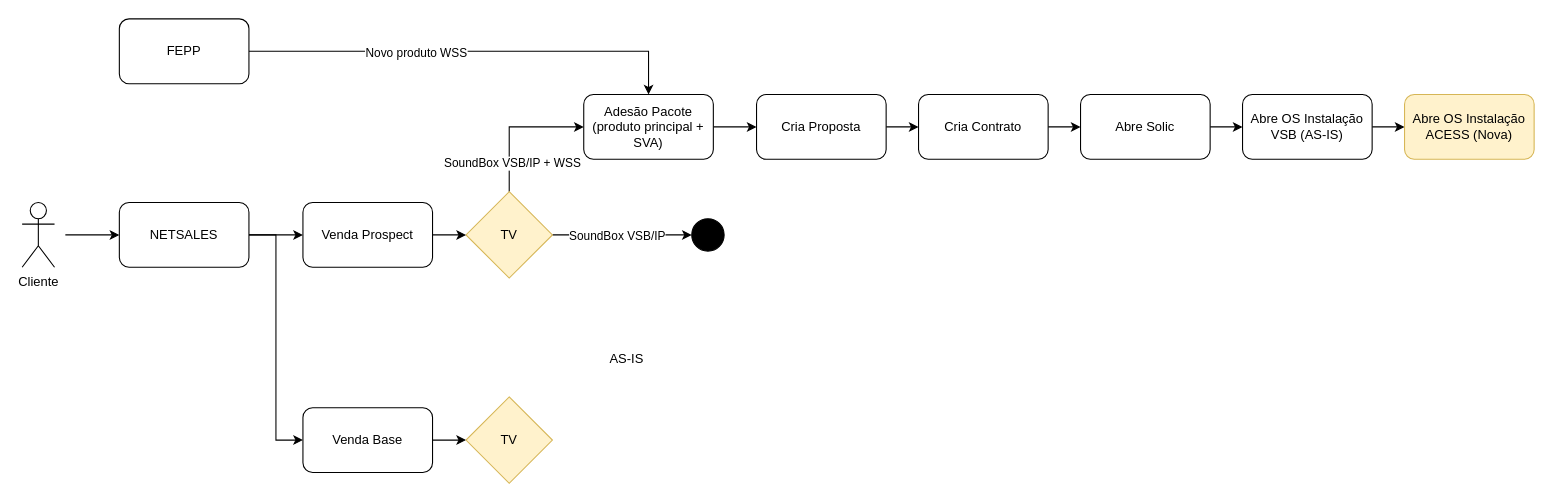
Earlier version of the draw.io diagram page "v3" (3 of 3) of 123096 Cadastro Alto-falante Surround nos sistemas.drawio (samirali/ClaroBrasil). Source tidied: cells renumbered, new cells numbered last; positions are measured from the earlier drawing's top-left corner, leaving out a move shared by most shapes. Both pictures are drawn from the tidied source at 108%, with x=0, y=0 at pixel (22, 18).
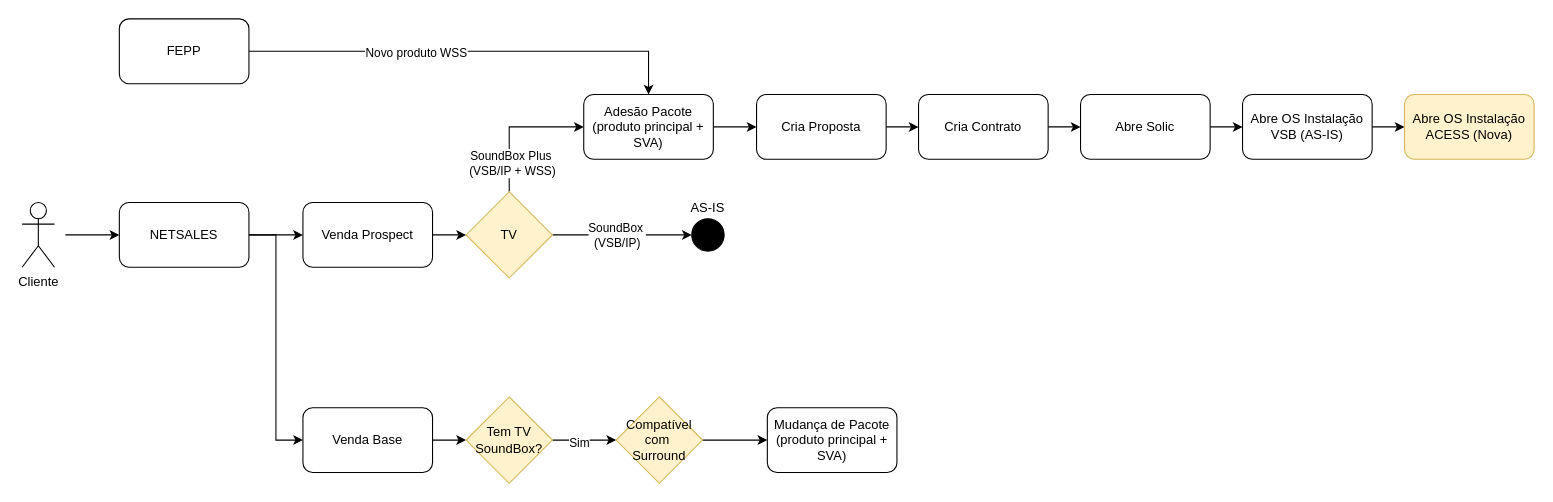
Above is the later version.

The change refers to these unchanged cells:
```xml
<mxCell id="8" style="edgeStyle=orthogonalEdgeStyle;rounded=0;jettySize=auto;html=1;entryX=0;entryY=0.5;entryDx=0;entryDy=0;exitX=1;exitY=0.5;exitDx=0;exitDy=0;" parent="1" edge="1" source="12" target="13">
  <mxGeometry relative="1" as="geometry">
    <Array as="points">
      <mxPoint x="590" y="200" />
      <mxPoint x="590" y="200" />
    </Array>
  </mxGeometry>
</mxCell>
<mxCell id="10" style="edgeStyle=orthogonalEdgeStyle;rounded=0;jettySize=auto;html=1;entryX=0;entryY=0.5;entryDx=0;entryDy=0;exitX=0.5;exitY=0;exitDx=0;exitDy=0;" parent="1" edge="1" source="12" target="16">
  <mxGeometry relative="1" as="geometry" />
</mxCell>
```

What changed in the source:
```diff
@@
-    <mxCell id="9" value="SoundBox&amp;nbsp;&lt;span style=&quot;background-color: light-dark(#ffffff, var(--ge-dark-color, #121212)); color: light-dark(rgb(0, 0, 0), rgb(255, 255, 255));&quot;&gt;VSB/IP&lt;/span&gt;" style="edgeLabel;html=1;align=center;verticalAlign=middle;" parent="8" vertex="1">
+    <mxCell id="9" value="SoundBox&amp;nbsp;&lt;div&gt;(&lt;span style=&quot;background-color: light-dark(#ffffff, var(--ge-dark-color, #121212)); color: light-dark(rgb(0, 0, 0), rgb(255, 255, 255));&quot;&gt;VSB/IP)&lt;/span&gt;&lt;/div&gt;" style="edgeLabel;html=1;align=center;verticalAlign=middle;" parent="8" vertex="1">
       <mxGeometry x="-0.57" y="-2" relative="1" as="geometry">
         <mxPoint x="31" y="-2" as="offset" />
       </mxGeometry>
     </mxCell>
@@
-    <mxCell id="11" value="SoundBox VSB/IP + WSS" style="edgeLabel;html=1;align=center;verticalAlign=middle;" parent="10" vertex="1">
+    <mxCell id="11" value="SoundBox Plus&amp;nbsp;&lt;div&gt;(VSB/IP + WSS)&lt;/div&gt;" style="edgeLabel;html=1;align=center;verticalAlign=middle;" parent="10" vertex="1">
       <mxGeometry x="-0.58" y="-2" relative="1" as="geometry" />
     </mxCell>
@@
     <mxCell id="14" value="AS-IS" style="text;html=1;align=center;verticalAlign=middle;whiteSpace=wrap;rounded=0;" parent="1" vertex="1">
-      <mxGeometry x="530" y="300" width="60" height="30" as="geometry" />
+      <mxGeometry x="605" y="160" width="60" height="30" as="geometry" />
     </mxCell>
@@
+    <mxCell id="33" style="edgeStyle=orthogonalEdgeStyle;rounded=0;jettySize=auto;html=1;entryX=0;entryY=0.5;entryDx=0;entryDy=0;" parent="1" edge="1" source="32" target="36">
+      <mxGeometry relative="1" as="geometry" />
+    </mxCell>
+    <mxCell id="34" value="Sim" style="edgeLabel;html=1;align=center;verticalAlign=middle;" parent="33" vertex="1">
+      <mxGeometry x="-0.14" y="-2" relative="1" as="geometry">
+        <mxPoint x="-1" as="offset" />
+      </mxGeometry>
+    </mxCell>
-    <mxCell id="32" value="TV" style="rhombus;whiteSpace=wrap;html=1;fillColor=#fff2cc;strokeColor=#d6b656;" parent="1" vertex="1">
+    <mxCell id="32" value="Tem TV SoundBox?" style="rhombus;whiteSpace=wrap;html=1;fillColor=#fff2cc;strokeColor=#d6b656;" parent="1" vertex="1">
       <mxGeometry x="411" y="350" width="80" height="80" as="geometry" />
     </mxCell>
+    <mxCell id="35" style="edgeStyle=orthogonalEdgeStyle;rounded=0;jettySize=auto;html=1;entryX=0;entryY=0.5;entryDx=0;entryDy=0;" parent="1" edge="1" source="36" target="37">
+      <mxGeometry relative="1" as="geometry" />
+    </mxCell>
+    <mxCell id="36" value="Compatível com&amp;nbsp;&lt;div&gt;Surround&lt;/div&gt;" style="rhombus;whiteSpace=wrap;html=1;fillColor=#fff2cc;strokeColor=#d6b656;" parent="1" vertex="1">
+      <mxGeometry x="550" y="350" width="80" height="80" as="geometry" />
+    </mxCell>
+    <mxCell id="37" value="Mudança de Pacote (produto principal + SVA)" style="rounded=1;whiteSpace=wrap;html=1;" parent="1" vertex="1">
+      <mxGeometry x="690" y="360" width="120" height="60" as="geometry" />
+    </mxCell>
```
